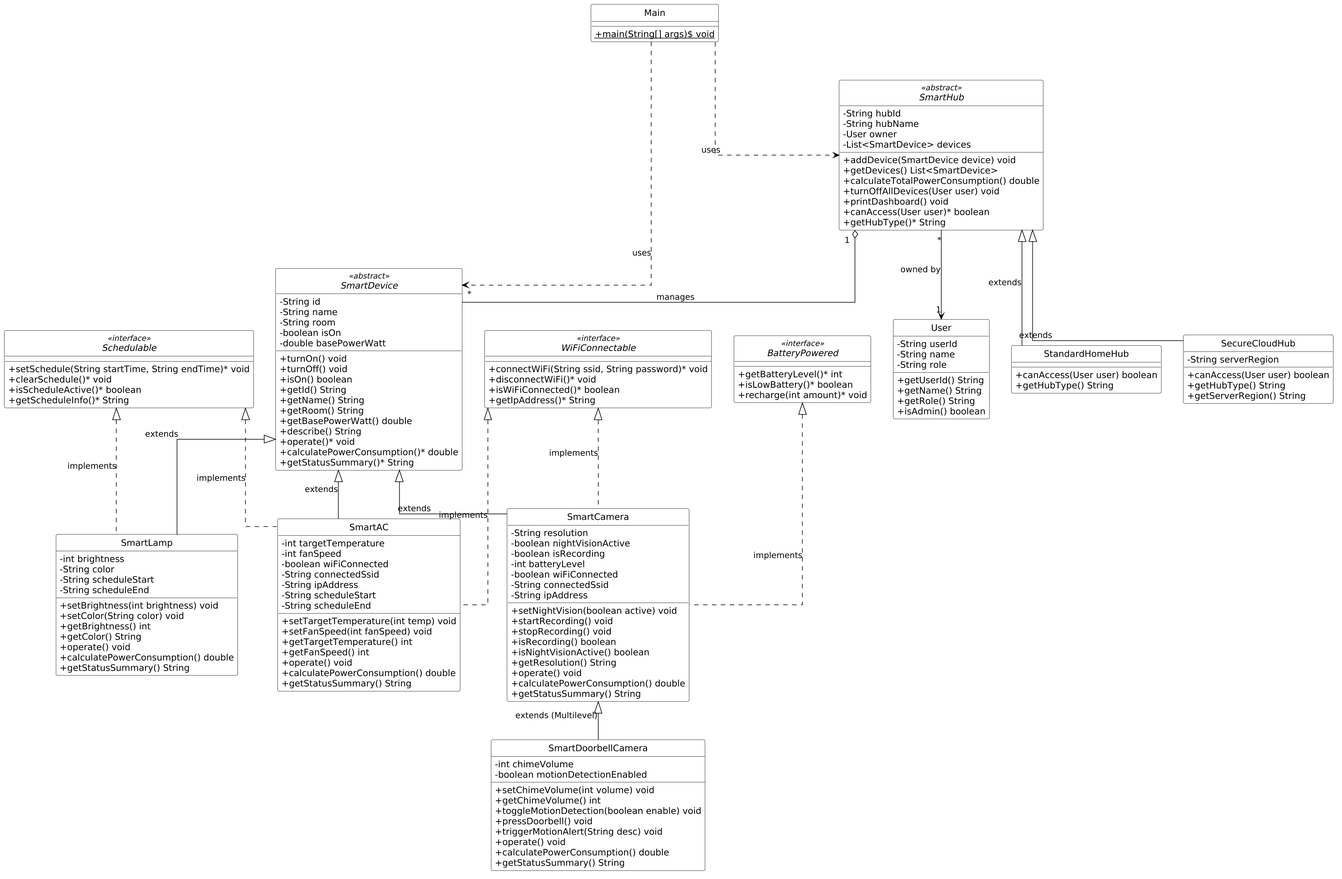
The PlantUML diagram case study smart home/docs/class-diagram.png in ganijack/OOP, before a commit. Its diagram source:
```plantuml
@startuml
skinparam linetype ortho
skinparam monochrome true
skinparam shadowing false
skinparam classAttributeIconSize 0
skinparam defaultFontName "Arial"
skinparam dpi 150
skinparam classBackgroundColor #FFFFFF
skinparam classBorderColor #000000
skinparam arrowColor #000000
hide circle

class Main {
    +{static} main(String[] args)$ void
}

class User {
    -String userId
    -String name
    -String role
    +getUserId() String
    +getName() String
    +getRole() String
    +isAdmin() boolean
}

interface Schedulable <<interface>> {
    +setSchedule(String startTime, String endTime)* void
    +clearSchedule()* void
    +isScheduleActive()* boolean
    +getScheduleInfo()* String
}

interface WiFiConnectable <<interface>> {
    +connectWiFi(String ssid, String password)* void
    +disconnectWiFi()* void
    +isWiFiConnected()* boolean
    +getIpAddress()* String
}

interface BatteryPowered <<interface>> {
    +getBatteryLevel()* int
    +isLowBattery()* boolean
    +recharge(int amount)* void
}

abstract class SmartDevice <<abstract>> {
    -String id
    -String name
    -String room
    -boolean isOn
    -double basePowerWatt
    +turnOn() void
    +turnOff() void
    +isOn() boolean
    +getId() String
    +getName() String
    +getRoom() String
    +getBasePowerWatt() double
    +describe() String
    +operate()* void
    +calculatePowerConsumption()* double
    +getStatusSummary()* String
}

class SmartLamp {
    -int brightness
    -String color
    -String scheduleStart
    -String scheduleEnd
    +setBrightness(int brightness) void
    +setColor(String color) void
    +getBrightness() int
    +getColor() String
    +operate() void
    +calculatePowerConsumption() double
    +getStatusSummary() String
}

class SmartAC {
    -int targetTemperature
    -int fanSpeed
    -boolean wiFiConnected
    -String connectedSsid
    -String ipAddress
    -String scheduleStart
    -String scheduleEnd
    +setTargetTemperature(int temp) void
    +setFanSpeed(int fanSpeed) void
    +getTargetTemperature() int
    +getFanSpeed() int
    +operate() void
    +calculatePowerConsumption() double
    +getStatusSummary() String
}

class SmartCamera {
    -String resolution
    -boolean nightVisionActive
    -boolean isRecording
    -int batteryLevel
    -boolean wiFiConnected
    -String connectedSsid
    -String ipAddress
    +setNightVision(boolean active) void
    +startRecording() void
    +stopRecording() void
    +isRecording() boolean
    +isNightVisionActive() boolean
    +getResolution() String
    +operate() void
    +calculatePowerConsumption() double
    +getStatusSummary() String
}

class SmartDoorbellCamera {
    -int chimeVolume
    -boolean motionDetectionEnabled
    +setChimeVolume(int volume) void
    +getChimeVolume() int
    +toggleMotionDetection(boolean enable) void
    +pressDoorbell() void
    +triggerMotionAlert(String desc) void
    +operate() void
    +calculatePowerConsumption() double
    +getStatusSummary() String
}

abstract class SmartHub <<abstract>> {
    -String hubId
    -String hubName
    -User owner
    -List<SmartDevice> devices
    +addDevice(SmartDevice device) void
    +getDevices() List<SmartDevice>
    +calculateTotalPowerConsumption() double
    +turnOffAllDevices(User user) void
    +printDashboard() void
    +canAccess(User user)* boolean
    +getHubType()* String
}

class StandardHomeHub {
    +canAccess(User user) boolean
    +getHubType() String
}

class SecureCloudHub {
    -String serverRegion
    +canAccess(User user) boolean
    +getHubType() String
    +getServerRegion() String
}

SmartDevice <|-- SmartLamp : extends
SmartDevice <|-- SmartAC : extends
SmartDevice <|-- SmartCamera : extends
SmartCamera <|-- SmartDoorbellCamera : extends (Multilevel)

Schedulable <|.. SmartLamp : implements
Schedulable <|.. SmartAC : implements
WiFiConnectable <|.. SmartAC : implements
WiFiConnectable <|.. SmartCamera : implements
BatteryPowered <|.. SmartCamera : implements

SmartHub <|-- StandardHomeHub : extends
SmartHub <|-- SecureCloudHub : extends

SmartHub "1" o-- "*" SmartDevice : manages
SmartHub "*" --> "1" User : owned by

Main ..> SmartHub : uses
Main ..> SmartDevice : uses
@enduml
```
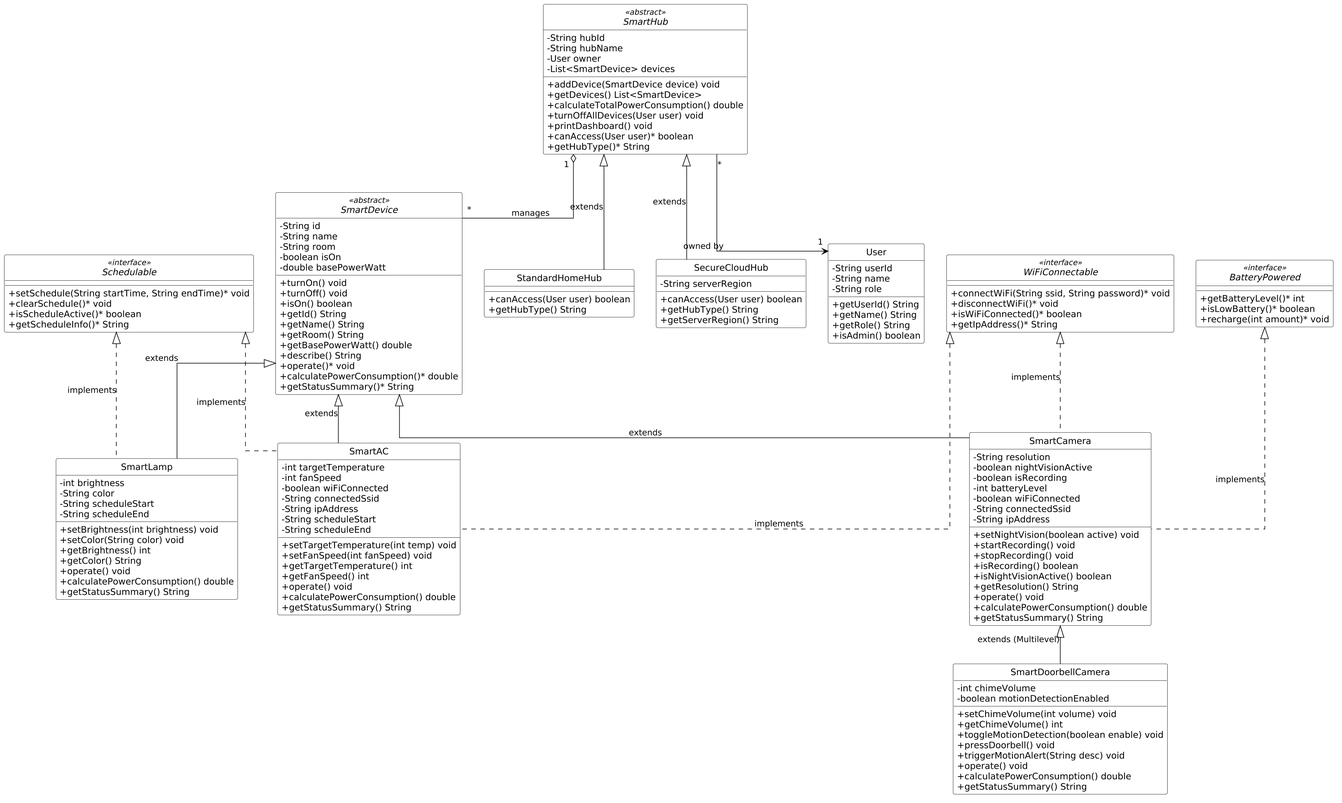
The same diagram one commit later.

Commit message:
docs: remove Main class from UML class diagram

The edit, as a diff of the source:
```diff
@@ -10,9 +10,6 @@
 skinparam arrowColor #000000
 hide circle
 
-class Main {
-    +{static} main(String[] args)$ void
-}
 
 class User {
     -String userId
@@ -169,6 +166,4 @@
 SmartHub "1" o-- "*" SmartDevice : manages
 SmartHub "*" --> "1" User : owned by
 
-Main ..> SmartHub : uses
-Main ..> SmartDevice : uses
 @enduml
```
